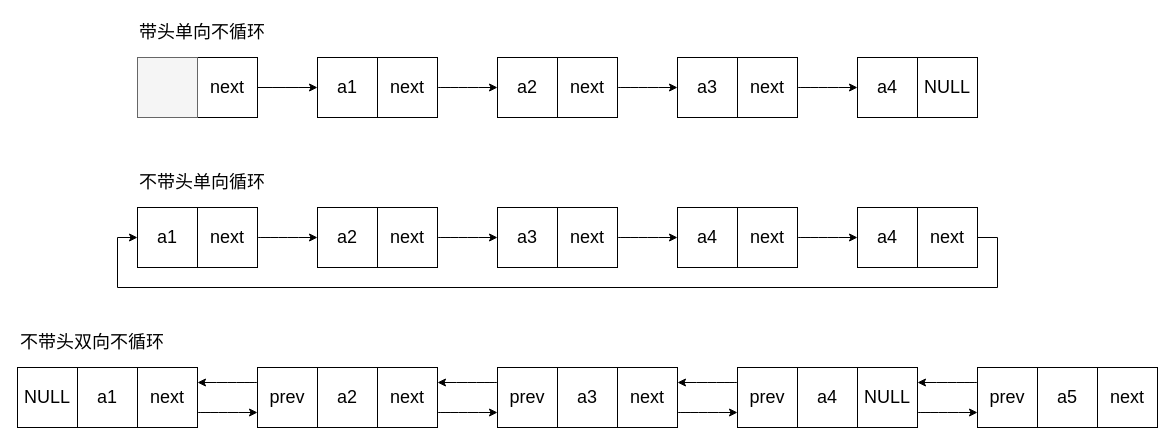
Before: data_structure/数组和链表.drawio in Doubletful/Create_Image, a draw.io diagram. Source tidied: cells renumbered, new cells numbered last; positions are measured from the earlier drawing's top-left corner, leaving out a move shared by most shapes. Both pictures are drawn from the tidied source at 100%, with x=0, y=0 at pixel (17, 17).
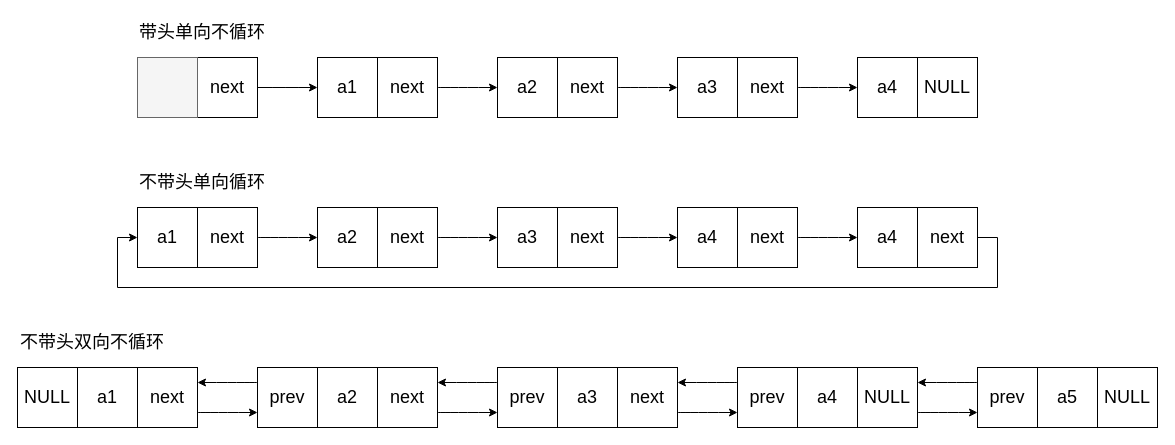
After the change.

Commit message:
更新数组和链表.drawio

Change to the diagram source:
```diff
@@
-    <mxCell id="24" value="&lt;span style=&quot;font-size: 18px;&quot;&gt;next&lt;/span&gt;" style="rounded=0;whiteSpace=wrap;html=1;" parent="1" vertex="1">
+    <mxCell id="24" value="&lt;span style=&quot;font-size: 18px;&quot;&gt;NULL&lt;/span&gt;" style="rounded=0;whiteSpace=wrap;html=1;" parent="1" vertex="1">
       <mxGeometry x="1080" y="350" width="60" height="60" as="geometry" />
     </mxCell>
```
